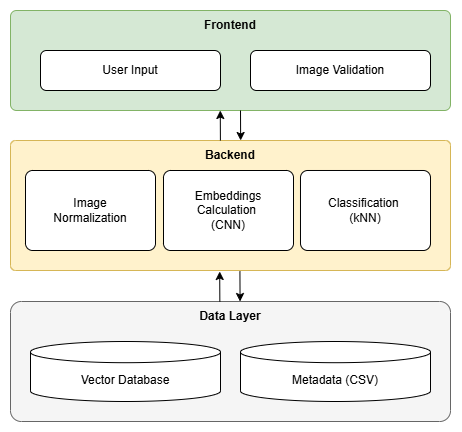
Above: readme_data/HandScanAI Architecture.png in ZDDduesseldorf/HandScanAI (draw.io), before the change. Source tidied: cells renumbered, new cells last; positions are measured from the earlier drawing's top-left corner, leaving out a move shared by most shapes. Source of this version:
```xml
<mxGraphModel>
  <root>
    <mxCell id="0" />
    <mxCell id="1" parent="0" />
    <mxCell id="2" style="rounded=1;whiteSpace=wrap;html=1;arcSize=6;fillColor=#d5e8d4;strokeColor=#82b366;" parent="1" vertex="1">
      <mxGeometry width="440" height="100" as="geometry" />
    </mxCell>
    <mxCell id="3" style="rounded=1;whiteSpace=wrap;html=1;arcSize=4;fillColor=#fff2cc;strokeColor=#d6b656;" parent="1" vertex="1">
      <mxGeometry y="130" width="440" height="130" as="geometry" />
    </mxCell>
    <mxCell id="4" value="&lt;b&gt;Backend&lt;/b&gt;" style="text;html=1;align=center;verticalAlign=middle;whiteSpace=wrap;rounded=0;" parent="1" vertex="1">
      <mxGeometry x="135" y="130" width="170" height="30" as="geometry" />
    </mxCell>
    <mxCell id="5" value="&lt;b&gt;Frontend&lt;/b&gt;" style="text;html=1;align=center;verticalAlign=middle;whiteSpace=wrap;rounded=0;" parent="1" vertex="1">
      <mxGeometry x="150" width="140" height="30" as="geometry" />
    </mxCell>
    <mxCell id="6" style="rounded=1;whiteSpace=wrap;html=1;arcSize=9;fillColor=#f5f5f5;fontColor=#333333;strokeColor=#666666;" parent="1" vertex="1">
      <mxGeometry y="291" width="440" height="120" as="geometry" />
    </mxCell>
    <mxCell id="7" value="User Input" style="rounded=1;whiteSpace=wrap;html=1;" parent="1" vertex="1">
      <mxGeometry x="30" y="40" width="180" height="40" as="geometry" />
    </mxCell>
    <mxCell id="8" value="Image Validation" style="rounded=1;whiteSpace=wrap;html=1;" parent="1" vertex="1">
      <mxGeometry x="240" y="40" width="180" height="40" as="geometry" />
    </mxCell>
    <mxCell id="9" value="&lt;b&gt;Data Layer&lt;/b&gt;" style="text;html=1;align=center;verticalAlign=middle;whiteSpace=wrap;rounded=0;" parent="1" vertex="1">
      <mxGeometry x="150" y="291" width="140" height="30" as="geometry" />
    </mxCell>
    <mxCell id="10" value="Metadata (CSV)" style="shape=cylinder3;whiteSpace=wrap;html=1;boundedLbl=1;backgroundOutline=1;size=10.600000000000023;" parent="1" vertex="1">
      <mxGeometry x="230" y="331" width="190" height="60" as="geometry" />
    </mxCell>
    <mxCell id="11" value="Vector Database" style="shape=cylinder3;whiteSpace=wrap;html=1;boundedLbl=1;backgroundOutline=1;size=10.600000000000023;" parent="1" vertex="1">
      <mxGeometry x="20" y="331" width="190" height="60" as="geometry" />
    </mxCell>
    <mxCell id="12" value="Image&lt;div&gt;Normalization&lt;/div&gt;" style="rounded=1;whiteSpace=wrap;html=1;arcSize=9;" parent="1" vertex="1">
      <mxGeometry x="15" y="160" width="130" height="80" as="geometry" />
    </mxCell>
    <mxCell id="13" style="endArrow=classic;html=1;rounded=0;exitX=0.5;exitY=0;exitDx=0;exitDy=0;" parent="1" edge="1">
      <mxGeometry relative="1" as="geometry">
        <mxPoint x="209.9" y="130" as="sourcePoint" />
        <mxPoint x="209.8" y="100" as="targetPoint" />
      </mxGeometry>
    </mxCell>
    <mxCell id="14" style="endArrow=classic;html=1;rounded=0;exitX=0.5;exitY=0;exitDx=0;exitDy=0;" parent="1" edge="1">
      <mxGeometry relative="1" as="geometry">
        <mxPoint x="230" y="100" as="sourcePoint" />
        <mxPoint x="230.1" y="130" as="targetPoint" />
      </mxGeometry>
    </mxCell>
    <mxCell id="15" style="endArrow=classic;html=1;rounded=0;exitX=0.5;exitY=0;exitDx=0;exitDy=0;" parent="1" edge="1">
      <mxGeometry relative="1" as="geometry">
        <mxPoint x="209.3" y="291" as="sourcePoint" />
        <mxPoint x="209.2" y="261" as="targetPoint" />
      </mxGeometry>
    </mxCell>
    <mxCell id="16" style="endArrow=classic;html=1;rounded=0;exitX=0.5;exitY=0;exitDx=0;exitDy=0;" parent="1" edge="1">
      <mxGeometry relative="1" as="geometry">
        <mxPoint x="229.4" y="261" as="sourcePoint" />
        <mxPoint x="229.6" y="291" as="targetPoint" />
      </mxGeometry>
    </mxCell>
    <mxCell id="17" value="Embeddings Calculation&amp;nbsp;&lt;div&gt;(CNN)&lt;/div&gt;" style="rounded=1;whiteSpace=wrap;html=1;arcSize=9;" parent="1" vertex="1">
      <mxGeometry x="153" y="160" width="130" height="80" as="geometry" />
    </mxCell>
    <mxCell id="18" value="Classification&amp;nbsp;&lt;div&gt;(kNN)&lt;/div&gt;" style="rounded=1;whiteSpace=wrap;html=1;arcSize=9;" parent="1" vertex="1">
      <mxGeometry x="290" y="160" width="130" height="80" as="geometry" />
    </mxCell>
  </root>
</mxGraphModel>
```
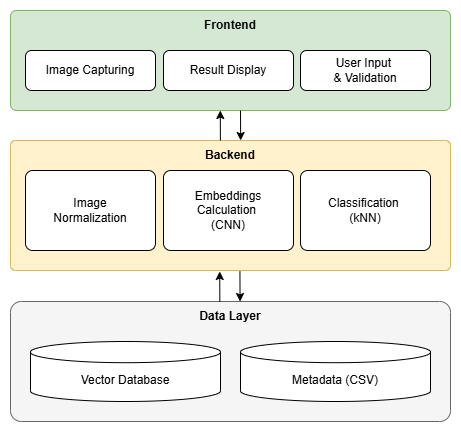
Above is the later version.

Change to the diagram source:
```diff
@@ -17,12 +17,9 @@
     <mxCell id="6" style="rounded=1;whiteSpace=wrap;html=1;arcSize=9;fillColor=#f5f5f5;fontColor=#333333;strokeColor=#666666;" parent="1" vertex="1">
       <mxGeometry y="291" width="440" height="120" as="geometry" />
     </mxCell>
-    <mxCell id="7" value="User Input" style="rounded=1;whiteSpace=wrap;html=1;" parent="1" vertex="1">
-      <mxGeometry x="30" y="40" width="180" height="40" as="geometry" />
+    <mxCell id="7" value="Image Capturing" style="rounded=1;whiteSpace=wrap;html=1;" parent="1" vertex="1">
+      <mxGeometry x="15" y="40" width="130" height="40" as="geometry" />
     </mxCell>
-    <mxCell id="8" value="Image Validation" style="rounded=1;whiteSpace=wrap;html=1;" parent="1" vertex="1">
-      <mxGeometry x="240" y="40" width="180" height="40" as="geometry" />
-    </mxCell>
     <mxCell id="9" value="&lt;b&gt;Data Layer&lt;/b&gt;" style="text;html=1;align=center;verticalAlign=middle;whiteSpace=wrap;rounded=0;" parent="1" vertex="1">
       <mxGeometry x="150" y="291" width="140" height="30" as="geometry" />
     </mxCell>
@@ -32,7 +29,7 @@
     <mxCell id="11" value="Vector Database" style="shape=cylinder3;whiteSpace=wrap;html=1;boundedLbl=1;backgroundOutline=1;size=10.600000000000023;" parent="1" vertex="1">
       <mxGeometry x="20" y="331" width="190" height="60" as="geometry" />
     </mxCell>
-    <mxCell id="12" value="Image&lt;div&gt;Normalization&lt;/div&gt;" style="rounded=1;whiteSpace=wrap;html=1;arcSize=9;" parent="1" vertex="1">
+    <mxCell id="12" value="Image&lt;div&gt;&lt;div&gt;Normalization&lt;/div&gt;&lt;/div&gt;" style="rounded=1;whiteSpace=wrap;html=1;arcSize=9;" parent="1" vertex="1">
       <mxGeometry x="15" y="160" width="130" height="80" as="geometry" />
     </mxCell>
     <mxCell id="13" style="endArrow=classic;html=1;rounded=0;exitX=0.5;exitY=0;exitDx=0;exitDy=0;" parent="1" edge="1">
@@ -65,5 +62,11 @@
     <mxCell id="18" value="Classification&amp;nbsp;&lt;div&gt;(kNN)&lt;/div&gt;" style="rounded=1;whiteSpace=wrap;html=1;arcSize=9;" parent="1" vertex="1">
       <mxGeometry x="290" y="160" width="130" height="80" as="geometry" />
     </mxCell>
+    <mxCell id="19" value="Result Display" style="rounded=1;whiteSpace=wrap;html=1;" parent="1" vertex="1">
+      <mxGeometry x="153" y="40" width="130" height="40" as="geometry" />
+    </mxCell>
+    <mxCell id="20" value="User Input&amp;nbsp;&lt;div&gt;&amp;amp; Validation&lt;/div&gt;" style="rounded=1;whiteSpace=wrap;html=1;" parent="1" vertex="1">
+      <mxGeometry x="290" y="40" width="130" height="40" as="geometry" />
+    </mxCell>
   </root>
 </mxGraphModel>
```
